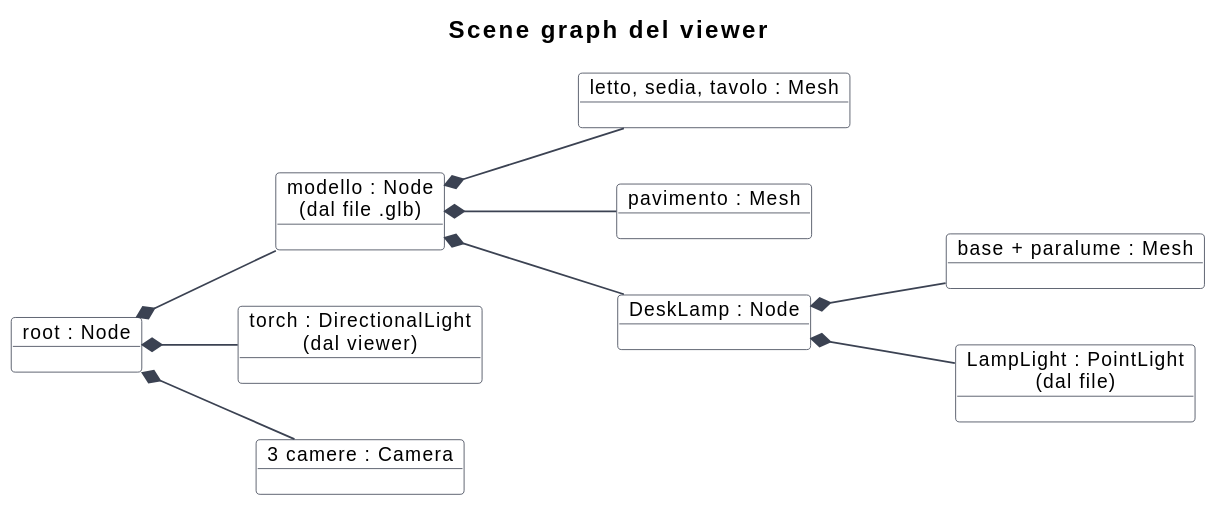
Above: doc/uml/04_scene_graph.svg in Alex111145/CompGraph (PlantUML), before the change.
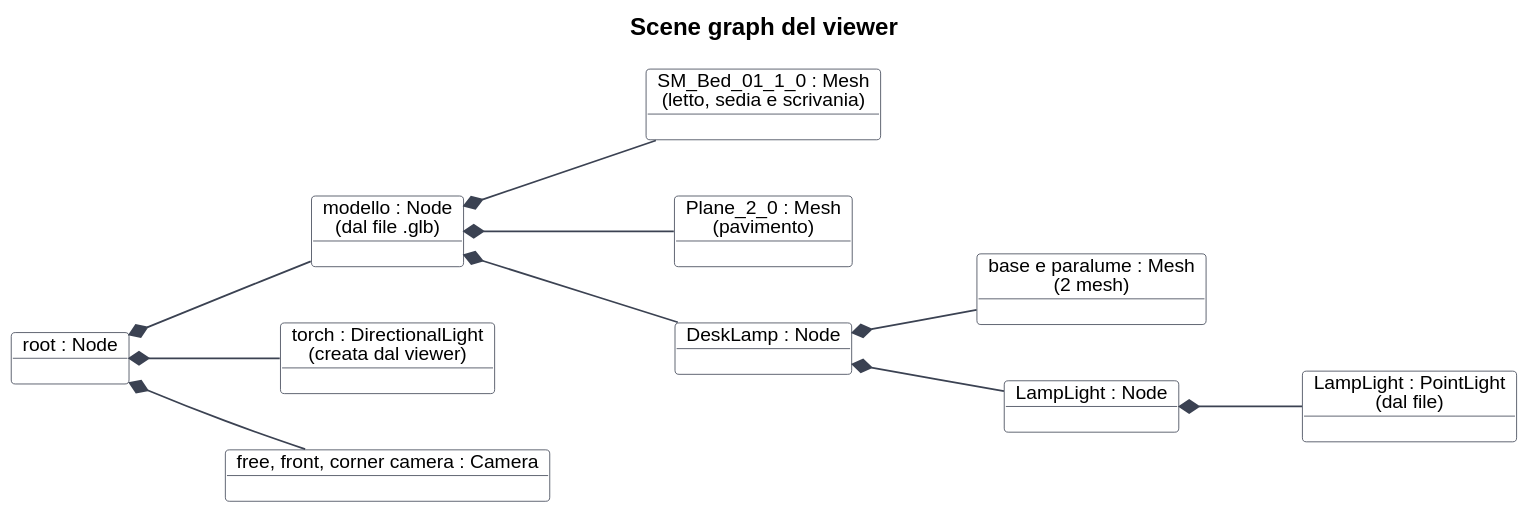
After the commit.

Change to the diagram source:
```diff
@@ -5,13 +5,14 @@
 
 object "root : Node" as root
 object "modello : Node\n(dal file .glb)" as model
-object "letto, sedia, tavolo : Mesh" as bed
-object "pavimento : Mesh" as floor
+object "SM_Bed_01_1_0 : Mesh\n(letto, sedia e scrivania)" as bed
+object "Plane_2_0 : Mesh\n(pavimento)" as floor
 object "DeskLamp : Node" as desk
-object "base + paralume : Mesh" as desklamp
+object "base e paralume : Mesh\n(2 mesh)" as desklamp
+object "LampLight : Node" as lampnode
 object "LampLight : PointLight\n(dal file)" as lamp
-object "torch : DirectionalLight\n(dal viewer)" as torch
-object "3 camere : Camera" as cams
+object "torch : DirectionalLight\n(creata dal viewer)" as torch
+object "free, front, corner camera : Camera" as cams
 
 root *-- model
 root *-- torch
@@ -20,5 +21,6 @@
 model *-- floor
 model *-- desk
 desk *-- desklamp
-desk *-- lamp
+desk *-- lampnode
+lampnode *-- lamp
 @enduml
```
